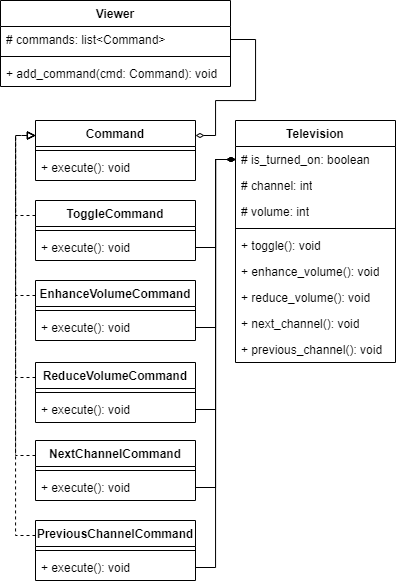
The draw.io diagram behavioral/command/command.drawio.png in vlad1m1r0v/spacelab-patterns, before a commit. Source tidied: cells renumbered, new cells last; positions are measured from the earlier drawing's top-left corner, leaving out a move shared by most shapes.
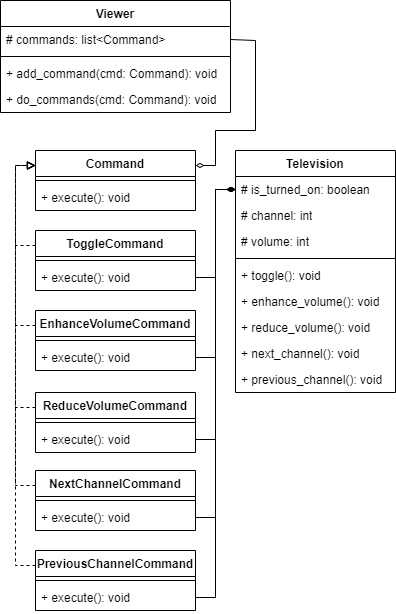
The same file after the commit.

Commit message:
add missing field in Viewer class for Command UML diagram

The edit, as a diff of the source:
```diff
@@ -8,7 +8,8 @@
           <mxPoint x="215" y="135" />
           <mxPoint x="215" y="100" />
           <mxPoint x="255" y="100" />
-          <mxPoint x="255" y="39" />
+          <mxPoint x="255" y="10" />
+          <mxPoint x="230" y="10" />
         </Array>
       </mxGeometry>
     </mxCell>
@@ -127,7 +128,7 @@
       <mxGeometry relative="1" as="geometry" />
     </mxCell>
     <mxCell id="41" value="Viewer" style="swimlane;fontStyle=1;align=center;verticalAlign=top;horizontal=1;startSize=26;whiteSpace=wrap;html=1;" parent="1" vertex="1">
-      <mxGeometry width="230" height="86" as="geometry" />
+      <mxGeometry y="-30" width="230" height="112" as="geometry" />
     </mxCell>
     <mxCell id="42" value="# commands: list&amp;lt;Command&amp;gt;" style="text;strokeColor=none;fillColor=none;align=left;verticalAlign=top;spacingLeft=4;spacingRight=4;overflow=hidden;points=[[0,0.5],[1,0.5]];portConstraint=eastwest;whiteSpace=wrap;html=1;" parent="41" vertex="1">
       <mxGeometry y="26" width="230" height="26" as="geometry" />
@@ -135,8 +136,11 @@
     <mxCell id="43" style="line;strokeWidth=1;fillColor=none;align=left;verticalAlign=middle;spacingTop=-1;spacingLeft=3;spacingRight=3;labelPosition=right;strokeColor=inherit;" parent="41" vertex="1">
       <mxGeometry y="52" width="230" height="8" as="geometry" />
     </mxCell>
+    <mxCell id="45" value="+ add_command(cmd: Command): void" style="text;strokeColor=none;fillColor=none;align=left;verticalAlign=top;spacingLeft=4;spacingRight=4;overflow=hidden;whiteSpace=wrap;html=1;" parent="41" vertex="1">
+      <mxGeometry y="60" width="230" height="26" as="geometry" />
+    </mxCell>
-    <mxCell id="44" value="+ add_command(cmd: Command): void" style="text;strokeColor=none;fillColor=none;align=left;verticalAlign=top;spacingLeft=4;spacingRight=4;overflow=hidden;whiteSpace=wrap;html=1;" parent="41" vertex="1">
-      <mxGeometry y="60" width="230" height="26" as="geometry" />
+    <mxCell id="44" value="+ do_commands(cmd: Command): void" style="text;strokeColor=none;fillColor=none;align=left;verticalAlign=top;spacingLeft=4;spacingRight=4;overflow=hidden;whiteSpace=wrap;html=1;" parent="41" vertex="1">
+      <mxGeometry y="86" width="230" height="26" as="geometry" />
     </mxCell>
   </root>
 </mxGraphModel>
```
